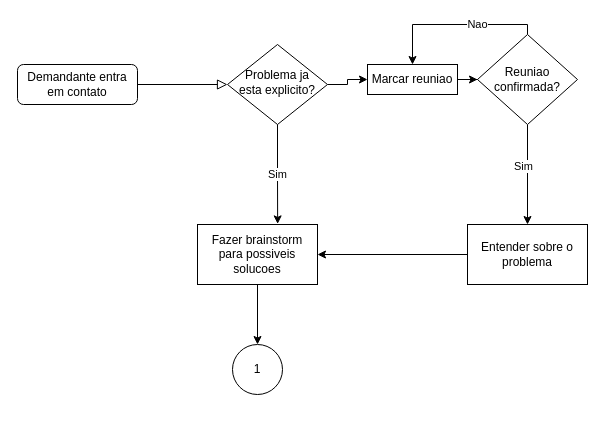
Earlier version of the draw.io diagram page "Inicio" (1 of 3) of FluxogramaProjetoIntegrador.drawio (lealgabryell/lealgabryell). Source tidied: cells renumbered, new cells numbered last; positions are measured from the earlier drawing's top-left corner, leaving out a move shared by most shapes. Both pictures are drawn from the tidied source at 100%, with x=0, y=0 at pixel (17, 24).
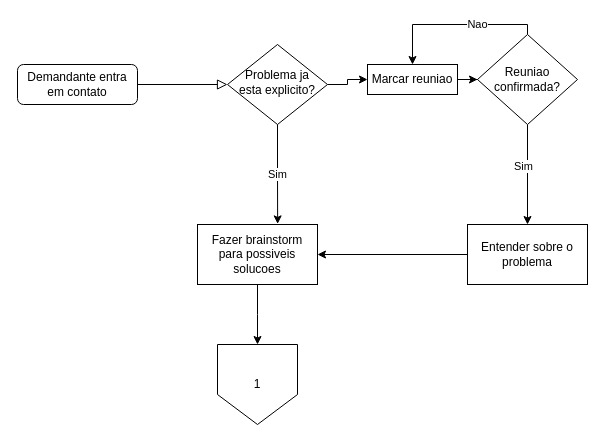
The same diagram, later.

Unchanged cells that the change refers to:
```xml
<mxCell id="15" value="Fazer brainstorm para possiveis solucoes" style="rounded=0;whiteSpace=wrap;html=1;" parent="1" vertex="1">
  <mxGeometry x="180" y="200" width="120" height="60" as="geometry" />
</mxCell>
```

The edit, as a diff of the source:
```diff
@@
-    <mxCell id="14" style="edgeStyle=orthogonalEdgeStyle;rounded=0;jettySize=auto;html=1;" parent="1" edge="1" source="15" target="17">
-      <mxGeometry relative="1" as="geometry" />
+    <mxCell id="14" style="edgeStyle=orthogonalEdgeStyle;rounded=0;jettySize=auto;html=1;" parent="1" edge="1" source="15">
+      <mxGeometry relative="1" as="geometry">
+        <mxPoint x="240" y="320" as="targetPoint" />
+      </mxGeometry>
     </mxCell>
@@
-    <mxCell id="17" value="1" style="ellipse;whiteSpace=wrap;html=1;" parent="1" vertex="1">
-      <mxGeometry x="215" y="320" width="50" height="50" as="geometry" />
+    <mxCell id="17" value="1" style="shape=offPageConnector;whiteSpace=wrap;html=1;" parent="1" vertex="1">
+      <mxGeometry x="200" y="320" width="80" height="80" as="geometry" />
     </mxCell>
```
